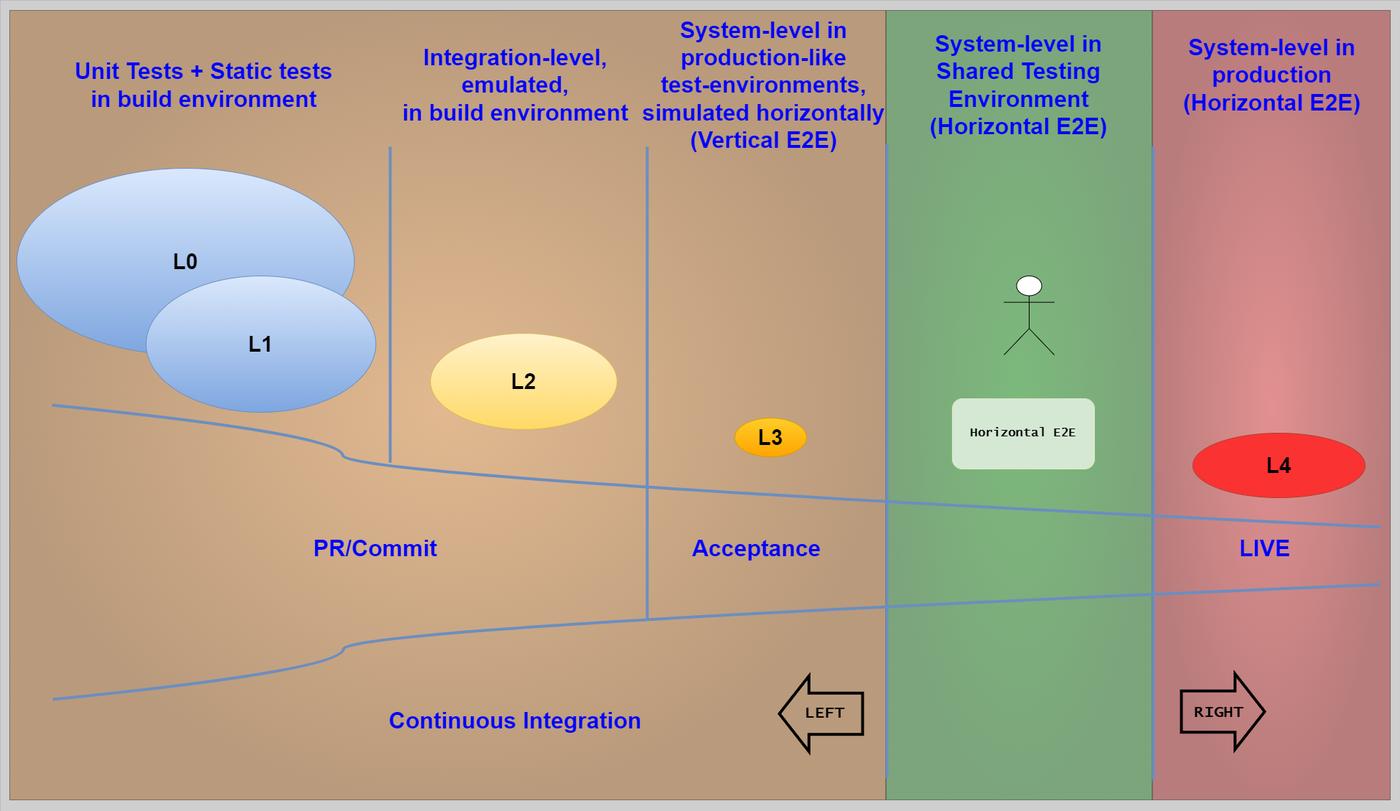
The draw.io diagram docs/assets/testing/taxonomy.drawio.png in ready-to-release/eac, before a commit. Source tidied: cells renumbered, new cells last; positions are measured from the earlier drawing's top-left corner, leaving out a move shared by most shapes.
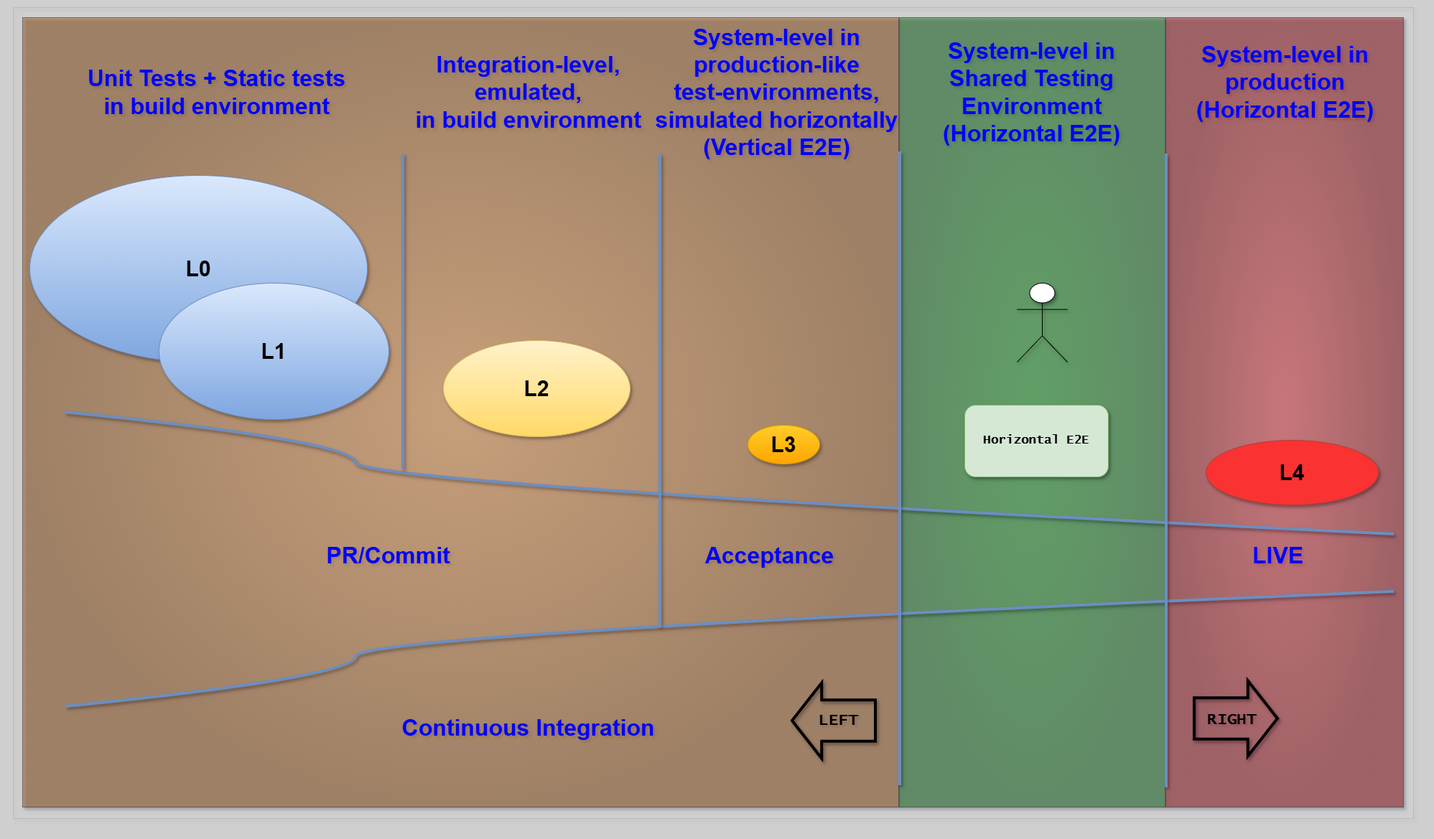
The same diagram one commit later.

The edit, as a diff of the source:
```diff
@@ -1,17 +1,17 @@
-<mxGraphModel background="#CFCFCF">
+<mxGraphModel background="#CFCFCF" shadow="1">
   <root>
     <mxCell id="0" />
     <mxCell id="1" parent="0" />
-    <mxCell id="2" style="group;strokeColor=default;fillColor=#FF3333;gradientColor=#990000;gradientDirection=radial;opacity=40;fontFamily=Courier New;" parent="1" vertex="1">
+    <mxCell id="2" style="group;strokeColor=default;fillColor=#FF3333;gradientColor=#990000;gradientDirection=radial;opacity=40;fontFamily=Courier New;shadow=1;" parent="1" vertex="1">
       <mxGeometry x="1605" y="14" width="331" height="1100" as="geometry" />
     </mxCell>
-    <mxCell id="3" style="group;strokeColor=default;fillColor=#009900;gradientColor=#006600;gradientDirection=radial;opacity=40;fontFamily=Courier New;" parent="1" vertex="1">
+    <mxCell id="3" style="group;strokeColor=default;fillColor=#009900;gradientColor=#006600;gradientDirection=radial;opacity=40;fontFamily=Courier New;shadow=1;" parent="1" vertex="1">
       <mxGeometry x="1234" y="14" width="370" height="1100" as="geometry" />
     </mxCell>
-    <mxCell id="4" style="group;strokeColor=default;fillColor=#FF9933;gradientColor=#994C00;gradientDirection=radial;opacity=40;fontFamily=Courier New;" parent="1" vertex="1">
+    <mxCell id="4" style="group;strokeColor=default;fillColor=#FF9933;gradientColor=#994C00;gradientDirection=radial;opacity=40;fontFamily=Courier New;shadow=1;" parent="1" vertex="1">
       <mxGeometry x="13" y="14" width="1220" height="1100" as="geometry" />
     </mxCell>
-    <mxCell id="5" style="curved=1;endArrow=none;html=1;rounded=0;endFill=0;strokeWidth=4;fillColor=#dae8fc;gradientColor=#7ea6e0;strokeColor=#6c8ebf;" parent="1" edge="1">
+    <mxCell id="5" style="curved=1;endArrow=none;html=1;rounded=0;endFill=0;strokeWidth=4;fillColor=#dae8fc;gradientColor=#7ea6e0;strokeColor=#6c8ebf;shadow=1;" parent="1" edge="1">
       <mxGeometry relative="1" as="geometry">
         <mxPoint x="73" y="974" as="sourcePoint" />
         <mxPoint x="1923" y="814" as="targetPoint" />
@@ -21,7 +21,7 @@
         </Array>
       </mxGeometry>
     </mxCell>
-    <mxCell id="6" style="curved=1;endArrow=none;html=1;rounded=0;endFill=0;strokeWidth=4;fillColor=#dae8fc;gradientColor=#7ea6e0;strokeColor=#6c8ebf;" parent="1" edge="1">
+    <mxCell id="6" style="curved=1;endArrow=none;html=1;rounded=0;endFill=0;strokeWidth=4;fillColor=#dae8fc;gradientColor=#7ea6e0;strokeColor=#6c8ebf;shadow=1;" parent="1" edge="1">
       <mxGeometry relative="1" as="geometry">
         <mxPoint x="72" y="564" as="sourcePoint" />
         <mxPoint x="1923" y="734" as="targetPoint" />
@@ -31,102 +31,105 @@
         </Array>
       </mxGeometry>
     </mxCell>
-    <mxCell id="7" style="endArrow=none;html=1;rounded=0;strokeWidth=4;fillColor=#dae8fc;gradientColor=#7ea6e0;strokeColor=#6c8ebf;" parent="1" edge="1">
+    <mxCell id="7" style="endArrow=none;html=1;rounded=0;strokeWidth=4;fillColor=#dae8fc;gradientColor=#7ea6e0;strokeColor=#6c8ebf;shadow=1;" parent="1" edge="1">
       <mxGeometry relative="1" as="geometry">
         <mxPoint x="543" y="644" as="sourcePoint" />
         <mxPoint x="543" y="204" as="targetPoint" />
       </mxGeometry>
     </mxCell>
-    <mxCell id="8" value="&lt;b&gt;&lt;font style=&quot;font-size: 30px;&quot;&gt;L4&lt;/font&gt;&lt;/b&gt;" style="ellipse;whiteSpace=wrap;html=1;fillColor=#FA3232;strokeColor=#ae4132;" parent="1" vertex="1">
+    <mxCell id="8" value="&lt;b&gt;&lt;font style=&quot;font-size: 30px;&quot;&gt;L4&lt;/font&gt;&lt;/b&gt;" style="ellipse;whiteSpace=wrap;html=1;fillColor=#FA3232;strokeColor=#ae4132;shadow=1;" parent="1" vertex="1">
       <mxGeometry x="1661" y="603" width="240" height="90" as="geometry" />
     </mxCell>
-    <mxCell id="9" value="&lt;b&gt;&lt;font style=&quot;font-size: 30px;&quot;&gt;L3&lt;/font&gt;&lt;/b&gt;" style="ellipse;whiteSpace=wrap;html=1;fillColor=#ffcd28;strokeColor=#d79b00;gradientColor=#ffa500;" parent="1" vertex="1">
+    <mxCell id="9" value="&lt;b&gt;&lt;font style=&quot;font-size: 30px;&quot;&gt;L3&lt;/font&gt;&lt;/b&gt;" style="ellipse;whiteSpace=wrap;html=1;fillColor=#ffcd28;strokeColor=#d79b00;gradientColor=#ffa500;shadow=1;" parent="1" vertex="1">
       <mxGeometry x="1023" y="582" width="100" height="54" as="geometry" />
     </mxCell>
-    <mxCell id="10" value="&lt;font color=&quot;#0000ff&quot; style=&quot;font-size: 32px;&quot;&gt;PR/Commit&lt;/font&gt;" style="text;strokeColor=none;fillColor=none;html=1;fontSize=24;fontStyle=1;verticalAlign=middle;align=center;" parent="1" vertex="1">
+    <mxCell id="10" value="&lt;font color=&quot;#0000ff&quot; style=&quot;font-size: 32px;&quot;&gt;PR/Commit&lt;/font&gt;" style="text;strokeColor=none;fillColor=none;html=1;fontSize=24;fontStyle=1;verticalAlign=middle;align=center;shadow=1;" parent="1" vertex="1">
       <mxGeometry x="472" y="744" width="100" height="40" as="geometry" />
     </mxCell>
-    <mxCell id="11" value="&lt;font color=&quot;#0000ff&quot; style=&quot;font-size: 32px;&quot;&gt;Acceptance&lt;/font&gt;" style="text;strokeColor=none;fillColor=none;html=1;fontSize=24;fontStyle=1;verticalAlign=middle;align=center;" parent="1" vertex="1">
+    <mxCell id="11" value="&lt;font color=&quot;#0000ff&quot; style=&quot;font-size: 32px;&quot;&gt;Acceptance&lt;/font&gt;" style="text;strokeColor=none;fillColor=none;html=1;fontSize=24;fontStyle=1;verticalAlign=middle;align=center;shadow=1;" parent="1" vertex="1">
       <mxGeometry x="1003" y="744" width="100" height="40" as="geometry" />
     </mxCell>
-    <mxCell id="12" value="&lt;font color=&quot;#0000ff&quot; style=&quot;font-size: 32px;&quot;&gt;LIVE&lt;/font&gt;" style="text;strokeColor=none;fillColor=none;html=1;fontSize=24;fontStyle=1;verticalAlign=middle;align=center;" parent="1" vertex="1">
+    <mxCell id="12" value="&lt;font color=&quot;#0000ff&quot; style=&quot;font-size: 32px;&quot;&gt;LIVE&lt;/font&gt;" style="text;strokeColor=none;fillColor=none;html=1;fontSize=24;fontStyle=1;verticalAlign=middle;align=center;shadow=1;" parent="1" vertex="1">
       <mxGeometry x="1711" y="744" width="100" height="40" as="geometry" />
     </mxCell>
-    <mxCell id="13" value="&lt;b&gt;&lt;font style=&quot;font-size: 30px;&quot;&gt;L2&lt;/font&gt;&lt;/b&gt;" style="ellipse;whiteSpace=wrap;html=1;fillColor=#fff2cc;strokeColor=#d6b656;gradientColor=#ffd966;" parent="1" vertex="1">
+    <mxCell id="13" value="&lt;b&gt;&lt;font style=&quot;font-size: 30px;&quot;&gt;L2&lt;/font&gt;&lt;/b&gt;" style="ellipse;whiteSpace=wrap;html=1;fillColor=#fff2cc;strokeColor=#d6b656;gradientColor=#ffd966;shadow=1;" parent="1" vertex="1">
       <mxGeometry x="599" y="464" width="260" height="134" as="geometry" />
     </mxCell>
-    <mxCell id="14" value="&lt;b&gt;&lt;font style=&quot;font-size: 30px;&quot;&gt;L0&lt;/font&gt;&lt;/b&gt;" style="ellipse;whiteSpace=wrap;html=1;fillColor=#dae8fc;strokeColor=#6c8ebf;gradientColor=#7ea6e0;" parent="1" vertex="1">
+    <mxCell id="14" value="&lt;b&gt;&lt;font style=&quot;font-size: 30px;&quot;&gt;L0&lt;/font&gt;&lt;/b&gt;" style="ellipse;whiteSpace=wrap;html=1;fillColor=#dae8fc;strokeColor=#6c8ebf;gradientColor=#7ea6e0;shadow=1;" parent="1" vertex="1">
       <mxGeometry x="23" y="234" width="470" height="260" as="geometry" />
     </mxCell>
-    <mxCell id="15" value="&lt;b&gt;&lt;font style=&quot;font-size: 30px;&quot;&gt;L1&lt;/font&gt;&lt;/b&gt;" style="ellipse;whiteSpace=wrap;html=1;fillColor=#dae8fc;strokeColor=#6c8ebf;gradientColor=#7ea6e0;" parent="1" vertex="1">
+    <mxCell id="15" value="&lt;b&gt;&lt;font style=&quot;font-size: 30px;&quot;&gt;L1&lt;/font&gt;&lt;/b&gt;" style="ellipse;whiteSpace=wrap;html=1;fillColor=#dae8fc;strokeColor=#6c8ebf;gradientColor=#7ea6e0;shadow=1;" parent="1" vertex="1">
       <mxGeometry x="203" y="384" width="320" height="190" as="geometry" />
     </mxCell>
-    <mxCell id="16" style="endArrow=none;html=1;rounded=0;strokeWidth=4;fillColor=#dae8fc;gradientColor=#7ea6e0;strokeColor=#6c8ebf;" parent="1" edge="1">
+    <mxCell id="16" style="endArrow=none;html=1;rounded=0;strokeWidth=4;fillColor=#dae8fc;gradientColor=#7ea6e0;strokeColor=#6c8ebf;shadow=1;" parent="1" edge="1">
       <mxGeometry relative="1" as="geometry">
         <mxPoint x="901" y="864" as="sourcePoint" />
         <mxPoint x="901" y="204" as="targetPoint" />
       </mxGeometry>
     </mxCell>
-    <mxCell id="17" value="&lt;font color=&quot;#0000ff&quot; style=&quot;font-size: 32px;&quot;&gt;System-level in&lt;br&gt;production&lt;br&gt;(Horizontal E2E)&lt;br&gt;&lt;/font&gt;" style="text;strokeColor=none;fillColor=none;html=1;fontSize=24;fontStyle=1;verticalAlign=middle;align=center;" parent="1" vertex="1">
+    <mxCell id="17" value="&lt;font color=&quot;#0000ff&quot; style=&quot;font-size: 32px;&quot;&gt;System-level in&lt;br&gt;production&lt;br&gt;(Horizontal E2E)&lt;br&gt;&lt;/font&gt;" style="text;strokeColor=none;fillColor=none;html=1;fontSize=24;fontStyle=1;verticalAlign=middle;align=center;shadow=1;" parent="1" vertex="1">
       <mxGeometry x="1721" y="70" width="100" height="68" as="geometry" />
     </mxCell>
-    <mxCell id="18" value="&lt;font color=&quot;#0000ff&quot; style=&quot;font-size: 32px;&quot;&gt;System-level in&lt;br&gt;production-like&lt;br&gt;test-environments,&lt;br&gt;simulated horizontally&lt;br&gt;(Vertical E2E)&lt;br&gt;&lt;/font&gt;" style="text;strokeColor=none;fillColor=none;html=1;fontSize=24;fontStyle=1;verticalAlign=middle;align=center;" parent="1" vertex="1">
+    <mxCell id="18" value="&lt;font color=&quot;#0000ff&quot; style=&quot;font-size: 32px;&quot;&gt;System-level in&lt;br&gt;production-like&lt;br&gt;test-environments,&lt;br&gt;simulated horizontally&lt;br&gt;(Vertical E2E)&lt;br&gt;&lt;/font&gt;" style="text;strokeColor=none;fillColor=none;html=1;fontSize=24;fontStyle=1;verticalAlign=middle;align=center;shadow=1;" parent="1" vertex="1">
       <mxGeometry x="1013" y="98" width="100" height="40" as="geometry" />
     </mxCell>
-    <mxCell id="19" value="&lt;font color=&quot;#0000ff&quot; style=&quot;font-size: 32px;&quot;&gt;Integration-level, &lt;br&gt;emulated,&lt;br&gt;in build environment&lt;br&gt;&lt;/font&gt;" style="text;strokeColor=none;fillColor=none;html=1;fontSize=24;fontStyle=1;verticalAlign=middle;align=center;" parent="1" vertex="1">
+    <mxCell id="19" value="&lt;font color=&quot;#0000ff&quot; style=&quot;font-size: 32px;&quot;&gt;Integration-level, &lt;br&gt;emulated,&lt;br&gt;in build environment&lt;br&gt;&lt;/font&gt;" style="text;strokeColor=none;fillColor=none;html=1;fontSize=24;fontStyle=1;verticalAlign=middle;align=center;shadow=1;" parent="1" vertex="1">
       <mxGeometry x="667" y="98" width="100" height="40" as="geometry" />
     </mxCell>
-    <mxCell id="20" value="&lt;font color=&quot;#0000ff&quot; style=&quot;font-size: 32px;&quot;&gt;Unit Tests + Static tests&lt;br&gt;in build environment&lt;br&gt;&lt;/font&gt;" style="text;strokeColor=none;fillColor=none;html=1;fontSize=24;fontStyle=1;verticalAlign=middle;align=center;" parent="1" vertex="1">
+    <mxCell id="20" value="&lt;font color=&quot;#0000ff&quot; style=&quot;font-size: 32px;&quot;&gt;Unit Tests + Static tests&lt;br&gt;in build environment&lt;br&gt;&lt;/font&gt;" style="text;strokeColor=none;fillColor=none;html=1;fontSize=24;fontStyle=1;verticalAlign=middle;align=center;shadow=1;" parent="1" vertex="1">
       <mxGeometry x="233" y="98" width="100" height="40" as="geometry" />
     </mxCell>
-    <mxCell id="21" value="&lt;font color=&quot;#0000ff&quot; style=&quot;font-size: 32px;&quot;&gt;Continuous Integration&lt;/font&gt;" style="text;strokeColor=none;fillColor=none;html=1;fontSize=24;fontStyle=1;verticalAlign=middle;align=center;" parent="1" vertex="1">
+    <mxCell id="21" value="&lt;font color=&quot;#0000ff&quot; style=&quot;font-size: 32px;&quot;&gt;Continuous Integration&lt;/font&gt;" style="text;strokeColor=none;fillColor=none;html=1;fontSize=24;fontStyle=1;verticalAlign=middle;align=center;shadow=1;" parent="1" vertex="1">
       <mxGeometry x="667" y="984" width="100" height="40" as="geometry" />
     </mxCell>
-    <mxCell id="22" style="shape=flexArrow;endArrow=classic;html=1;rounded=0;endWidth=43.63636363636363;endSize=12.418181818181818;width=54.54545454545454;strokeWidth=4;" parent="1" edge="1">
+    <mxCell id="22" style="shape=flexArrow;endArrow=classic;html=1;rounded=0;endWidth=43.63636363636363;endSize=12.418181818181818;width=54.54545454545454;strokeWidth=4;shadow=1;" parent="1" edge="1">
       <mxGeometry relative="1" as="geometry">
         <mxPoint x="1203" y="994" as="sourcePoint" />
         <mxPoint x="1083" y="994" as="targetPoint" />
       </mxGeometry>
     </mxCell>
-    <mxCell id="23" value="&lt;b&gt;&lt;font style=&quot;font-size: 22px;&quot; face=&quot;Lucida Console&quot;&gt;LEFT&lt;/font&gt;&lt;/b&gt;" style="edgeLabel;html=1;align=center;verticalAlign=middle;labelBackgroundColor=none;" parent="22" vertex="1">
+    <mxCell id="23" value="&lt;b&gt;&lt;font style=&quot;font-size: 22px;&quot; face=&quot;Lucida Console&quot;&gt;LEFT&lt;/font&gt;&lt;/b&gt;" style="edgeLabel;html=1;align=center;verticalAlign=middle;labelBackgroundColor=none;shadow=1;" parent="22" vertex="1">
       <mxGeometry x="-0.11" y="-1" relative="1" as="geometry">
         <mxPoint x="-1" as="offset" />
       </mxGeometry>
     </mxCell>
-    <mxCell id="24" style="shape=flexArrow;endArrow=classic;html=1;rounded=0;endWidth=43.63636363636363;endSize=12.418181818181818;width=54.54545454545454;strokeWidth=4;" parent="1" edge="1">
+    <mxCell id="24" style="shape=flexArrow;endArrow=classic;html=1;rounded=0;endWidth=43.63636363636363;endSize=12.418181818181818;width=54.54545454545454;strokeWidth=4;shadow=1;" parent="1" edge="1">
       <mxGeometry relative="1" as="geometry">
         <mxPoint x="1643" y="991" as="sourcePoint" />
         <mxPoint x="1763" y="991" as="targetPoint" />
       </mxGeometry>
     </mxCell>
-    <mxCell id="25" value="&lt;b&gt;&lt;font style=&quot;font-size: 22px;&quot; face=&quot;Lucida Console&quot;&gt;RIGHT&lt;/font&gt;&lt;/b&gt;" style="edgeLabel;html=1;align=center;verticalAlign=middle;labelBackgroundColor=none;" parent="24" vertex="1">
+    <mxCell id="25" value="&lt;b&gt;&lt;font style=&quot;font-size: 22px;&quot; face=&quot;Lucida Console&quot;&gt;RIGHT&lt;/font&gt;&lt;/b&gt;" style="edgeLabel;html=1;align=center;verticalAlign=middle;labelBackgroundColor=none;shadow=1;" parent="24" vertex="1">
       <mxGeometry x="-0.11" y="-1" relative="1" as="geometry">
         <mxPoint x="-1" as="offset" />
       </mxGeometry>
     </mxCell>
-    <mxCell id="26" style="group;strokeColor=#616161;dashed=1;dashPattern=12 12;strokeWidth=0;" parent="1" vertex="1">
+    <mxCell id="26" style="group;strokeColor=#616161;dashed=1;dashPattern=12 12;strokeWidth=0;shadow=1;" parent="1" vertex="1">
       <mxGeometry width="1950" height="1130" as="geometry" />
     </mxCell>
-    <mxCell id="27" value="&lt;font color=&quot;#0000ff&quot; style=&quot;font-size: 32px;&quot;&gt;System-level in&lt;br&gt;Shared Testing&lt;br&gt;Environment&lt;br&gt;&lt;/font&gt;&lt;font color=&quot;#0000ff&quot; style=&quot;font-size: 32px;&quot;&gt;(Horizontal E2E)&lt;br&gt;&lt;/font&gt;" style="text;strokeColor=none;fillColor=none;html=1;fontSize=24;fontStyle=1;verticalAlign=middle;align=center;" parent="1" vertex="1">
+    <mxCell id="27" value="&lt;font color=&quot;#0000ff&quot; style=&quot;font-size: 32px;&quot;&gt;System-level in&lt;br&gt;Shared Testing&lt;br&gt;Environment&lt;br&gt;&lt;/font&gt;&lt;font color=&quot;#0000ff&quot; style=&quot;font-size: 32px;&quot;&gt;(Horizontal E2E)&lt;br&gt;&lt;/font&gt;" style="text;strokeColor=none;fillColor=none;html=1;fontSize=24;fontStyle=1;verticalAlign=middle;align=center;shadow=1;" parent="1" vertex="1">
       <mxGeometry x="1368" y="98" width="100" height="40" as="geometry" />
     </mxCell>
-    <mxCell id="28" style="shape=umlActor;verticalLabelPosition=bottom;verticalAlign=top;html=1;" parent="1" vertex="1">
+    <mxCell id="28" style="shape=umlActor;verticalLabelPosition=bottom;verticalAlign=top;html=1;shadow=1;" parent="1" vertex="1">
       <mxGeometry x="1398" y="384" width="70" height="110" as="geometry" />
     </mxCell>
-    <mxCell id="29" value="&lt;b&gt;&lt;font style=&quot;font-size: 17px;&quot; face=&quot;Lucida Console&quot;&gt;Horizontal E2E&lt;/font&gt;&lt;/b&gt;" style="rounded=1;whiteSpace=wrap;html=1;fillColor=#d5e8d4;strokeColor=#82b366;" parent="1" vertex="1">
+    <mxCell id="29" value="&lt;b&gt;&lt;font style=&quot;font-size: 17px;&quot; face=&quot;Lucida Console&quot;&gt;Horizontal E2E&lt;/font&gt;&lt;/b&gt;" style="rounded=1;whiteSpace=wrap;html=1;fillColor=#d5e8d4;strokeColor=#82b366;shadow=1;" parent="1" vertex="1">
       <mxGeometry x="1325" y="554" width="200" height="100" as="geometry" />
     </mxCell>
-    <mxCell id="30" style="endArrow=none;html=1;rounded=0;strokeWidth=4;fillColor=#dae8fc;gradientColor=#7ea6e0;strokeColor=#6c8ebf;" parent="1" edge="1">
+    <mxCell id="30" style="endArrow=none;html=1;rounded=0;strokeWidth=4;fillColor=#dae8fc;gradientColor=#7ea6e0;strokeColor=#6c8ebf;shadow=1;" parent="1" edge="1">
       <mxGeometry relative="1" as="geometry">
         <mxPoint x="1235" y="1084" as="sourcePoint" />
         <mxPoint x="1235" y="201" as="targetPoint" />
       </mxGeometry>
     </mxCell>
-    <mxCell id="31" style="endArrow=none;html=1;rounded=0;strokeWidth=4;fillColor=#dae8fc;gradientColor=#7ea6e0;strokeColor=#6c8ebf;" parent="1" edge="1">
+    <mxCell id="31" style="endArrow=none;html=1;rounded=0;strokeWidth=4;fillColor=#dae8fc;gradientColor=#7ea6e0;strokeColor=#6c8ebf;shadow=1;" parent="1" edge="1">
       <mxGeometry relative="1" as="geometry">
         <mxPoint x="1606" y="1087" as="sourcePoint" />
         <mxPoint x="1606" y="204" as="targetPoint" />
       </mxGeometry>
     </mxCell>
+    <mxCell id="32" style="rounded=0;strokeColor=none;fillColor=none;" parent="1" vertex="1">
+      <mxGeometry x="-18" y="-10" width="1986" height="1158" as="geometry" />
+    </mxCell>
   </root>
 </mxGraphModel>
```
